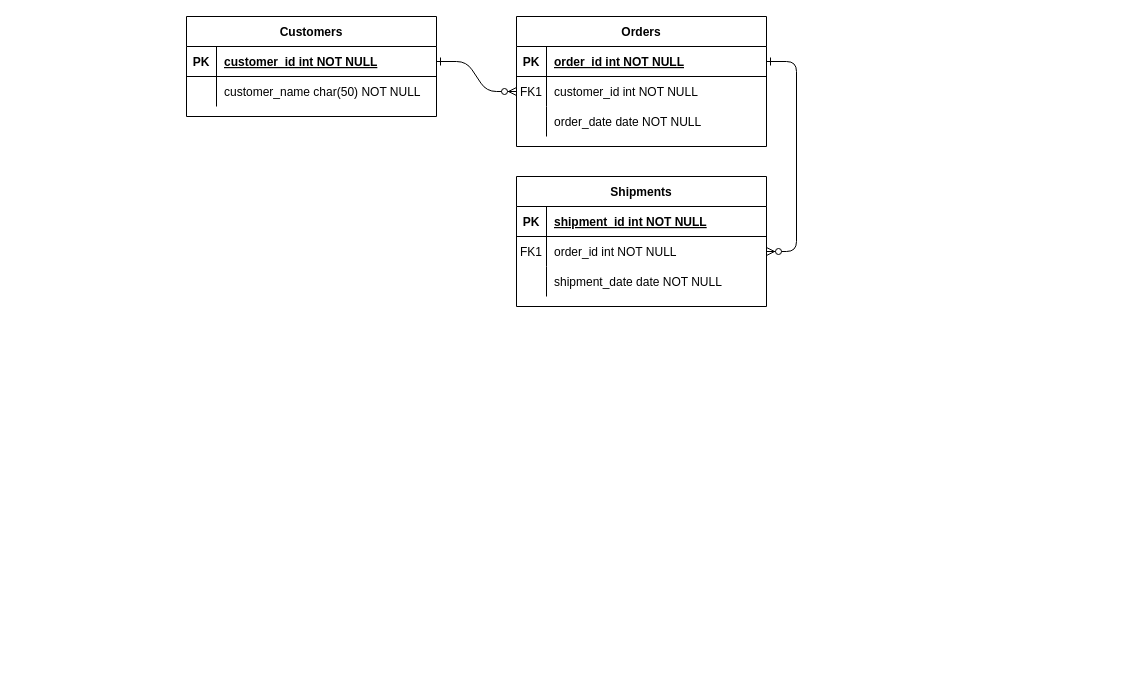
The draw.io diagram Untitled Diagram.drawio in Vedgge/WormSync, before the edit. Source tidied: cells renumbered, new cells numbered last; positions are measured from the earlier drawing's top-left corner, leaving out a move shared by most shapes. Both pictures are drawn from the tidied source at 100%, with x=0, y=0 at pixel (186, 16).
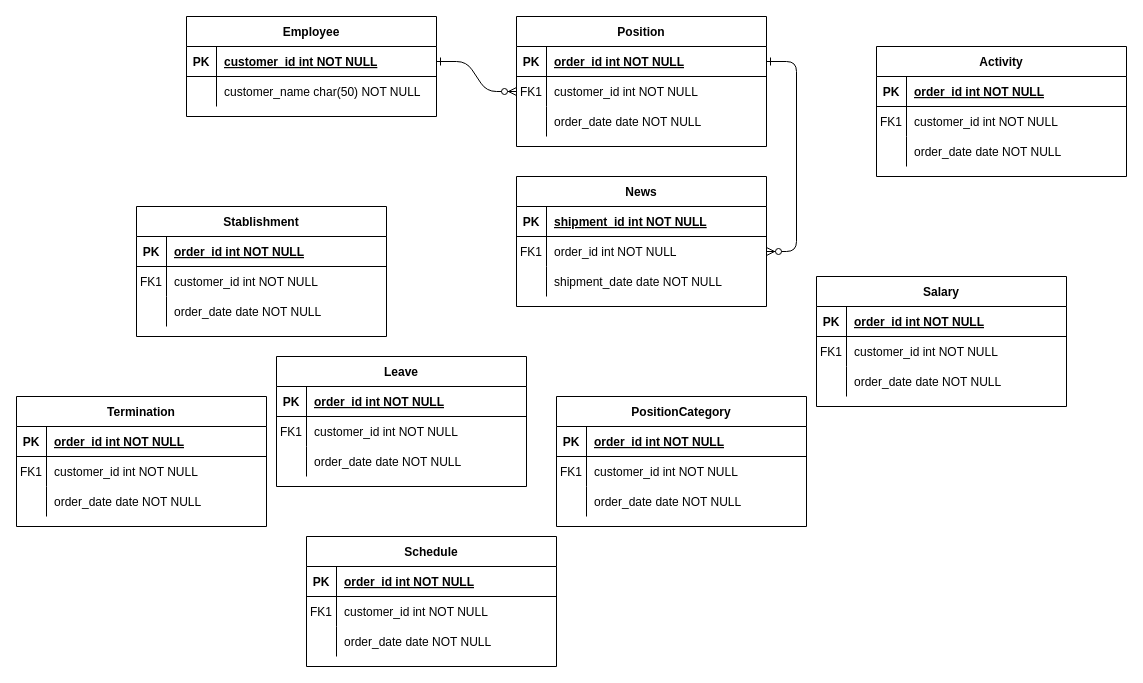
The same diagram, later.

Change to the diagram source:
```diff
@@
-    <mxCell id="4" value="Orders" style="shape=table;startSize=30;childLayout=tableLayout;rowLines=0;fontStyle=1;align=center;" parent="1" vertex="1">
+    <mxCell id="4" value="Position" style="shape=table;startSize=30;childLayout=tableLayout;rowLines=0;fontStyle=1;align=center;" parent="1" vertex="1">
       <mxGeometry x="330" width="250" height="130" as="geometry" />
     </mxCell>
@@
-    <mxCell id="14" value="Shipments" style="shape=table;startSize=30;childLayout=tableLayout;rowLines=0;fontStyle=1;align=center;" parent="1" vertex="1">
+    <mxCell id="14" value="News" style="shape=table;startSize=30;childLayout=tableLayout;rowLines=0;fontStyle=1;align=center;" parent="1" vertex="1">
       <mxGeometry x="330" y="160" width="250" height="130" as="geometry" />
     </mxCell>
@@
-    <mxCell id="24" value="Customers" style="shape=table;startSize=30;childLayout=tableLayout;rowLines=0;fontStyle=1;align=center;" parent="1" vertex="1">
+    <mxCell id="24" value="Employee" style="shape=table;startSize=30;childLayout=tableLayout;rowLines=0;fontStyle=1;align=center;" parent="1" vertex="1">
       <mxGeometry width="250" height="100" as="geometry" />
     </mxCell>
@@
+    <mxCell id="31" value="Stablishment" style="shape=table;startSize=30;childLayout=tableLayout;rowLines=0;fontStyle=1;align=center;" parent="1" vertex="1">
+      <mxGeometry x="-50" y="190" width="250" height="130" as="geometry" />
+    </mxCell>
+    <mxCell id="32" style="shape=partialRectangle;fillColor=none;top=0;left=0;right=0;bottom=1;" parent="31" vertex="1">
+      <mxGeometry y="30" width="250" height="30" as="geometry" />
+    </mxCell>
+    <mxCell id="33" value="PK" style="shape=partialRectangle;overflow=hidden;fillColor=none;top=0;left=0;bottom=0;right=0;fontStyle=1;" parent="32" vertex="1">
+      <mxGeometry width="30" height="30" as="geometry" />
+    </mxCell>
+    <mxCell id="34" value="order_id int NOT NULL " style="shape=partialRectangle;overflow=hidden;fillColor=none;top=0;left=0;bottom=0;right=0;align=left;spacingLeft=6;fontStyle=5;" parent="32" vertex="1">
+      <mxGeometry x="30" width="220" height="30" as="geometry" />
+    </mxCell>
+    <mxCell id="35" style="shape=partialRectangle;fillColor=none;top=0;left=0;right=0;bottom=0;" parent="31" vertex="1">
+      <mxGeometry y="60" width="250" height="30" as="geometry" />
+    </mxCell>
+    <mxCell id="36" value="FK1" style="shape=partialRectangle;overflow=hidden;fillColor=none;top=0;left=0;bottom=0;right=0;" parent="35" vertex="1">
+      <mxGeometry width="30" height="30" as="geometry" />
+    </mxCell>
+    <mxCell id="37" value="customer_id int NOT NULL" style="shape=partialRectangle;overflow=hidden;fillColor=none;top=0;left=0;bottom=0;right=0;align=left;spacingLeft=6;" parent="35" vertex="1">
+      <mxGeometry x="30" width="220" height="30" as="geometry" />
+    </mxCell>
+    <mxCell id="38" style="shape=partialRectangle;fillColor=none;top=0;left=0;right=0;bottom=0;" parent="31" vertex="1">
+      <mxGeometry y="90" width="250" height="30" as="geometry" />
+    </mxCell>
+    <mxCell id="39" style="shape=partialRectangle;overflow=hidden;fillColor=none;top=0;left=0;bottom=0;right=0;" parent="38" vertex="1">
+      <mxGeometry width="30" height="30" as="geometry" />
+    </mxCell>
+    <mxCell id="40" value="order_date date NOT NULL" style="shape=partialRectangle;overflow=hidden;fillColor=none;top=0;left=0;bottom=0;right=0;align=left;spacingLeft=6;" parent="38" vertex="1">
+      <mxGeometry x="30" width="220" height="30" as="geometry" />
+    </mxCell>
+    <mxCell id="41" value="PositionCategory" style="shape=table;startSize=30;childLayout=tableLayout;rowLines=0;fontStyle=1;align=center;" parent="1" vertex="1">
+      <mxGeometry x="370" y="380" width="250" height="130" as="geometry" />
+    </mxCell>
+    <mxCell id="42" style="shape=partialRectangle;fillColor=none;top=0;left=0;right=0;bottom=1;" parent="41" vertex="1">
+      <mxGeometry y="30" width="250" height="30" as="geometry" />
+    </mxCell>
+    <mxCell id="43" value="PK" style="shape=partialRectangle;overflow=hidden;fillColor=none;top=0;left=0;bottom=0;right=0;fontStyle=1;" parent="42" vertex="1">
+      <mxGeometry width="30" height="30" as="geometry" />
+    </mxCell>
+    <mxCell id="44" value="order_id int NOT NULL " style="shape=partialRectangle;overflow=hidden;fillColor=none;top=0;left=0;bottom=0;right=0;align=left;spacingLeft=6;fontStyle=5;" parent="42" vertex="1">
+      <mxGeometry x="30" width="220" height="30" as="geometry" />
+    </mxCell>
+    <mxCell id="45" style="shape=partialRectangle;fillColor=none;top=0;left=0;right=0;bottom=0;" parent="41" vertex="1">
+      <mxGeometry y="60" width="250" height="30" as="geometry" />
+    </mxCell>
+    <mxCell id="46" value="FK1" style="shape=partialRectangle;overflow=hidden;fillColor=none;top=0;left=0;bottom=0;right=0;" parent="45" vertex="1">
+      <mxGeometry width="30" height="30" as="geometry" />
+    </mxCell>
+    <mxCell id="47" value="customer_id int NOT NULL" style="shape=partialRectangle;overflow=hidden;fillColor=none;top=0;left=0;bottom=0;right=0;align=left;spacingLeft=6;" parent="45" vertex="1">
+      <mxGeometry x="30" width="220" height="30" as="geometry" />
+    </mxCell>
+    <mxCell id="48" style="shape=partialRectangle;fillColor=none;top=0;left=0;right=0;bottom=0;" parent="41" vertex="1">
+      <mxGeometry y="90" width="250" height="30" as="geometry" />
+    </mxCell>
+    <mxCell id="49" style="shape=partialRectangle;overflow=hidden;fillColor=none;top=0;left=0;bottom=0;right=0;" parent="48" vertex="1">
+      <mxGeometry width="30" height="30" as="geometry" />
+    </mxCell>
+    <mxCell id="50" value="order_date date NOT NULL" style="shape=partialRectangle;overflow=hidden;fillColor=none;top=0;left=0;bottom=0;right=0;align=left;spacingLeft=6;" parent="48" vertex="1">
+      <mxGeometry x="30" width="220" height="30" as="geometry" />
+    </mxCell>
+    <mxCell id="51" value="Salary" style="shape=table;startSize=30;childLayout=tableLayout;rowLines=0;fontStyle=1;align=center;" parent="1" vertex="1">
+      <mxGeometry x="630" y="260" width="250" height="130" as="geometry" />
+    </mxCell>
+    <mxCell id="52" style="shape=partialRectangle;fillColor=none;top=0;left=0;right=0;bottom=1;" parent="51" vertex="1">
+      <mxGeometry y="30" width="250" height="30" as="geometry" />
+    </mxCell>
+    <mxCell id="53" value="PK" style="shape=partialRectangle;overflow=hidden;fillColor=none;top=0;left=0;bottom=0;right=0;fontStyle=1;" parent="52" vertex="1">
+      <mxGeometry width="30" height="30" as="geometry" />
+    </mxCell>
+    <mxCell id="54" value="order_id int NOT NULL " style="shape=partialRectangle;overflow=hidden;fillColor=none;top=0;left=0;bottom=0;right=0;align=left;spacingLeft=6;fontStyle=5;" parent="52" vertex="1">
+      <mxGeometry x="30" width="220" height="30" as="geometry" />
+    </mxCell>
+    <mxCell id="55" style="shape=partialRectangle;fillColor=none;top=0;left=0;right=0;bottom=0;" parent="51" vertex="1">
+      <mxGeometry y="60" width="250" height="30" as="geometry" />
+    </mxCell>
+    <mxCell id="56" value="FK1" style="shape=partialRectangle;overflow=hidden;fillColor=none;top=0;left=0;bottom=0;right=0;" parent="55" vertex="1">
+      <mxGeometry width="30" height="30" as="geometry" />
+    </mxCell>
+    <mxCell id="57" value="customer_id int NOT NULL" style="shape=partialRectangle;overflow=hidden;fillColor=none;top=0;left=0;bottom=0;right=0;align=left;spacingLeft=6;" parent="55" vertex="1">
+      <mxGeometry x="30" width="220" height="30" as="geometry" />
+    </mxCell>
+    <mxCell id="58" style="shape=partialRectangle;fillColor=none;top=0;left=0;right=0;bottom=0;" parent="51" vertex="1">
+      <mxGeometry y="90" width="250" height="30" as="geometry" />
+    </mxCell>
+    <mxCell id="59" style="shape=partialRectangle;overflow=hidden;fillColor=none;top=0;left=0;bottom=0;right=0;" parent="58" vertex="1">
+      <mxGeometry width="30" height="30" as="geometry" />
+    </mxCell>
+    <mxCell id="60" value="order_date date NOT NULL" style="shape=partialRectangle;overflow=hidden;fillColor=none;top=0;left=0;bottom=0;right=0;align=left;spacingLeft=6;" parent="58" vertex="1">
+      <mxGeometry x="30" width="220" height="30" as="geometry" />
+    </mxCell>
+    <mxCell id="61" value="Activity" style="shape=table;startSize=30;childLayout=tableLayout;rowLines=0;fontStyle=1;align=center;" parent="1" vertex="1">
+      <mxGeometry x="690" y="30" width="250" height="130" as="geometry" />
+    </mxCell>
+    <mxCell id="62" style="shape=partialRectangle;fillColor=none;top=0;left=0;right=0;bottom=1;" parent="61" vertex="1">
+      <mxGeometry y="30" width="250" height="30" as="geometry" />
+    </mxCell>
+    <mxCell id="63" value="PK" style="shape=partialRectangle;overflow=hidden;fillColor=none;top=0;left=0;bottom=0;right=0;fontStyle=1;" parent="62" vertex="1">
+      <mxGeometry width="30" height="30" as="geometry" />
+    </mxCell>
+    <mxCell id="64" value="order_id int NOT NULL " style="shape=partialRectangle;overflow=hidden;fillColor=none;top=0;left=0;bottom=0;right=0;align=left;spacingLeft=6;fontStyle=5;" parent="62" vertex="1">
+      <mxGeometry x="30" width="220" height="30" as="geometry" />
+    </mxCell>
+    <mxCell id="65" style="shape=partialRectangle;fillColor=none;top=0;left=0;right=0;bottom=0;" parent="61" vertex="1">
+      <mxGeometry y="60" width="250" height="30" as="geometry" />
+    </mxCell>
+    <mxCell id="66" value="FK1" style="shape=partialRectangle;overflow=hidden;fillColor=none;top=0;left=0;bottom=0;right=0;" parent="65" vertex="1">
+      <mxGeometry width="30" height="30" as="geometry" />
+    </mxCell>
+    <mxCell id="67" value="customer_id int NOT NULL" style="shape=partialRectangle;overflow=hidden;fillColor=none;top=0;left=0;bottom=0;right=0;align=left;spacingLeft=6;" parent="65" vertex="1">
+      <mxGeometry x="30" width="220" height="30" as="geometry" />
+    </mxCell>
+    <mxCell id="68" style="shape=partialRectangle;fillColor=none;top=0;left=0;right=0;bottom=0;" parent="61" vertex="1">
+      <mxGeometry y="90" width="250" height="30" as="geometry" />
+    </mxCell>
+    <mxCell id="69" style="shape=partialRectangle;overflow=hidden;fillColor=none;top=0;left=0;bottom=0;right=0;" parent="68" vertex="1">
+      <mxGeometry width="30" height="30" as="geometry" />
+    </mxCell>
+    <mxCell id="70" value="order_date date NOT NULL" style="shape=partialRectangle;overflow=hidden;fillColor=none;top=0;left=0;bottom=0;right=0;align=left;spacingLeft=6;" parent="68" vertex="1">
+      <mxGeometry x="30" width="220" height="30" as="geometry" />
+    </mxCell>
+    <mxCell id="71" value="Termination" style="shape=table;startSize=30;childLayout=tableLayout;rowLines=0;fontStyle=1;align=center;" parent="1" vertex="1">
+      <mxGeometry x="-170" y="380" width="250" height="130" as="geometry" />
+    </mxCell>
+    <mxCell id="72" style="shape=partialRectangle;fillColor=none;top=0;left=0;right=0;bottom=1;" parent="71" vertex="1">
+      <mxGeometry y="30" width="250" height="30" as="geometry" />
+    </mxCell>
+    <mxCell id="73" value="PK" style="shape=partialRectangle;overflow=hidden;fillColor=none;top=0;left=0;bottom=0;right=0;fontStyle=1;" parent="72" vertex="1">
+      <mxGeometry width="30" height="30" as="geometry" />
+    </mxCell>
+    <mxCell id="74" value="order_id int NOT NULL " style="shape=partialRectangle;overflow=hidden;fillColor=none;top=0;left=0;bottom=0;right=0;align=left;spacingLeft=6;fontStyle=5;" parent="72" vertex="1">
+      <mxGeometry x="30" width="220" height="30" as="geometry" />
+    </mxCell>
+    <mxCell id="75" style="shape=partialRectangle;fillColor=none;top=0;left=0;right=0;bottom=0;" parent="71" vertex="1">
+      <mxGeometry y="60" width="250" height="30" as="geometry" />
+    </mxCell>
+    <mxCell id="76" value="FK1" style="shape=partialRectangle;overflow=hidden;fillColor=none;top=0;left=0;bottom=0;right=0;" parent="75" vertex="1">
+      <mxGeometry width="30" height="30" as="geometry" />
+    </mxCell>
+    <mxCell id="77" value="customer_id int NOT NULL" style="shape=partialRectangle;overflow=hidden;fillColor=none;top=0;left=0;bottom=0;right=0;align=left;spacingLeft=6;" parent="75" vertex="1">
+      <mxGeometry x="30" width="220" height="30" as="geometry" />
+    </mxCell>
+    <mxCell id="78" style="shape=partialRectangle;fillColor=none;top=0;left=0;right=0;bottom=0;" parent="71" vertex="1">
+      <mxGeometry y="90" width="250" height="30" as="geometry" />
+    </mxCell>
+    <mxCell id="79" style="shape=partialRectangle;overflow=hidden;fillColor=none;top=0;left=0;bottom=0;right=0;" parent="78" vertex="1">
+      <mxGeometry width="30" height="30" as="geometry" />
+    </mxCell>
+    <mxCell id="80" value="order_date date NOT NULL" style="shape=partialRectangle;overflow=hidden;fillColor=none;top=0;left=0;bottom=0;right=0;align=left;spacingLeft=6;" parent="78" vertex="1">
+      <mxGeometry x="30" width="220" height="30" as="geometry" />
+    </mxCell>
+    <mxCell id="81" value="Schedule" style="shape=table;startSize=30;childLayout=tableLayout;rowLines=0;fontStyle=1;align=center;" parent="1" vertex="1">
+      <mxGeometry x="120" y="520" width="250" height="130" as="geometry" />
+    </mxCell>
+    <mxCell id="82" style="shape=partialRectangle;fillColor=none;top=0;left=0;right=0;bottom=1;" parent="81" vertex="1">
+      <mxGeometry y="30" width="250" height="30" as="geometry" />
+    </mxCell>
+    <mxCell id="83" value="PK" style="shape=partialRectangle;overflow=hidden;fillColor=none;top=0;left=0;bottom=0;right=0;fontStyle=1;" parent="82" vertex="1">
+      <mxGeometry width="30" height="30" as="geometry" />
+    </mxCell>
+    <mxCell id="84" value="order_id int NOT NULL " style="shape=partialRectangle;overflow=hidden;fillColor=none;top=0;left=0;bottom=0;right=0;align=left;spacingLeft=6;fontStyle=5;" parent="82" vertex="1">
+      <mxGeometry x="30" width="220" height="30" as="geometry" />
+    </mxCell>
+    <mxCell id="85" style="shape=partialRectangle;fillColor=none;top=0;left=0;right=0;bottom=0;" parent="81" vertex="1">
+      <mxGeometry y="60" width="250" height="30" as="geometry" />
+    </mxCell>
+    <mxCell id="86" value="FK1" style="shape=partialRectangle;overflow=hidden;fillColor=none;top=0;left=0;bottom=0;right=0;" parent="85" vertex="1">
+      <mxGeometry width="30" height="30" as="geometry" />
+    </mxCell>
+    <mxCell id="87" value="customer_id int NOT NULL" style="shape=partialRectangle;overflow=hidden;fillColor=none;top=0;left=0;bottom=0;right=0;align=left;spacingLeft=6;" parent="85" vertex="1">
+      <mxGeometry x="30" width="220" height="30" as="geometry" />
+    </mxCell>
+    <mxCell id="88" style="shape=partialRectangle;fillColor=none;top=0;left=0;right=0;bottom=0;" parent="81" vertex="1">
+      <mxGeometry y="90" width="250" height="30" as="geometry" />
+    </mxCell>
+    <mxCell id="89" style="shape=partialRectangle;overflow=hidden;fillColor=none;top=0;left=0;bottom=0;right=0;" parent="88" vertex="1">
+      <mxGeometry width="30" height="30" as="geometry" />
+    </mxCell>
+    <mxCell id="90" value="order_date date NOT NULL" style="shape=partialRectangle;overflow=hidden;fillColor=none;top=0;left=0;bottom=0;right=0;align=left;spacingLeft=6;" parent="88" vertex="1">
+      <mxGeometry x="30" width="220" height="30" as="geometry" />
+    </mxCell>
+    <mxCell id="91" value="Leave" style="shape=table;startSize=30;childLayout=tableLayout;rowLines=0;fontStyle=1;align=center;" parent="1" vertex="1">
+      <mxGeometry x="90" y="340" width="250" height="130" as="geometry" />
+    </mxCell>
+    <mxCell id="92" style="shape=partialRectangle;fillColor=none;top=0;left=0;right=0;bottom=1;" parent="91" vertex="1">
+      <mxGeometry y="30" width="250" height="30" as="geometry" />
+    </mxCell>
+    <mxCell id="93" value="PK" style="shape=partialRectangle;overflow=hidden;fillColor=none;top=0;left=0;bottom=0;right=0;fontStyle=1;" parent="92" vertex="1">
+      <mxGeometry width="30" height="30" as="geometry" />
+    </mxCell>
+    <mxCell id="94" value="order_id int NOT NULL " style="shape=partialRectangle;overflow=hidden;fillColor=none;top=0;left=0;bottom=0;right=0;align=left;spacingLeft=6;fontStyle=5;" parent="92" vertex="1">
+      <mxGeometry x="30" width="220" height="30" as="geometry" />
+    </mxCell>
+    <mxCell id="95" style="shape=partialRectangle;fillColor=none;top=0;left=0;right=0;bottom=0;" parent="91" vertex="1">
+      <mxGeometry y="60" width="250" height="30" as="geometry" />
+    </mxCell>
+    <mxCell id="96" value="FK1" style="shape=partialRectangle;overflow=hidden;fillColor=none;top=0;left=0;bottom=0;right=0;" parent="95" vertex="1">
+      <mxGeometry width="30" height="30" as="geometry" />
+    </mxCell>
+    <mxCell id="97" value="customer_id int NOT NULL" style="shape=partialRectangle;overflow=hidden;fillColor=none;top=0;left=0;bottom=0;right=0;align=left;spacingLeft=6;" parent="95" vertex="1">
+      <mxGeometry x="30" width="220" height="30" as="geometry" />
+    </mxCell>
+    <mxCell id="98" style="shape=partialRectangle;fillColor=none;top=0;left=0;right=0;bottom=0;" parent="91" vertex="1">
+      <mxGeometry y="90" width="250" height="30" as="geometry" />
+    </mxCell>
+    <mxCell id="99" style="shape=partialRectangle;overflow=hidden;fillColor=none;top=0;left=0;bottom=0;right=0;" parent="98" vertex="1">
+      <mxGeometry width="30" height="30" as="geometry" />
+    </mxCell>
+    <mxCell id="100" value="order_date date NOT NULL" style="shape=partialRectangle;overflow=hidden;fillColor=none;top=0;left=0;bottom=0;right=0;align=left;spacingLeft=6;" parent="98" vertex="1">
+      <mxGeometry x="30" width="220" height="30" as="geometry" />
+    </mxCell>
```
